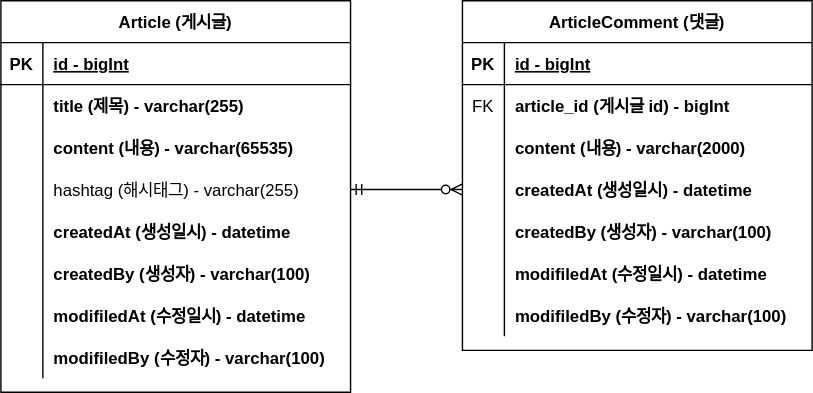
This is document/project-board-erd.svg from LimJiNa/fastcampus-project-board, a draw.io export, as it was before one commit. Source tidied: cells renumbered, new cells last; positions are measured from the earlier drawing's top-left corner, leaving out a move shared by most shapes.
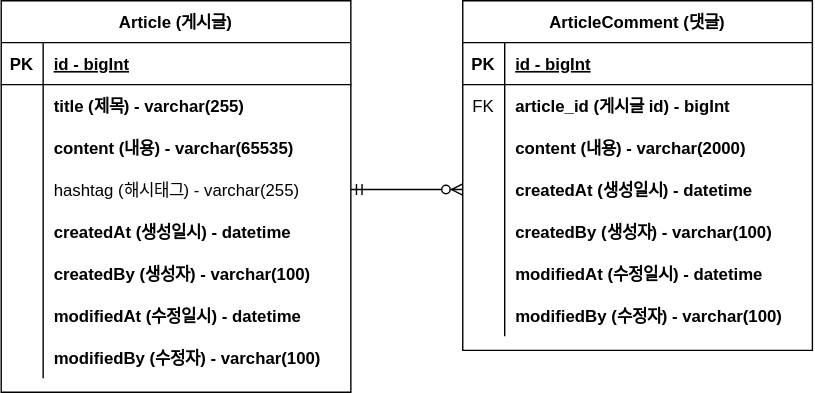
Above is the later version.

Commit message:
#9 - erd 컬럼명 수정 - project-board-erd.svg

The edit, as a diff of the source:
```diff
@@ -56,7 +56,7 @@
     <mxCell id="19" style="shape=partialRectangle;overflow=hidden;fillColor=none;top=0;left=0;bottom=0;right=0;" parent="18" vertex="1">
       <mxGeometry width="30" height="30" as="geometry" />
     </mxCell>
-    <mxCell id="20" value="modifiledAt (수정일시) - datetime" style="shape=partialRectangle;overflow=hidden;fillColor=none;top=0;left=0;bottom=0;right=0;align=left;spacingLeft=6;fontStyle=1;" parent="18" vertex="1">
+    <mxCell id="20" value="modifiedAt (수정일시) - datetime" style="shape=partialRectangle;overflow=hidden;fillColor=none;top=0;left=0;bottom=0;right=0;align=left;spacingLeft=6;fontStyle=1;" parent="18" vertex="1">
       <mxGeometry x="30" width="220" height="30" as="geometry" />
     </mxCell>
     <mxCell id="21" style="shape=partialRectangle;fillColor=none;top=0;left=0;right=0;bottom=0;" parent="2" vertex="1">
@@ -65,7 +65,7 @@
     <mxCell id="22" style="shape=partialRectangle;overflow=hidden;fillColor=none;top=0;left=0;bottom=0;right=0;" parent="21" vertex="1">
       <mxGeometry width="30" height="30" as="geometry" />
     </mxCell>
-    <mxCell id="23" value="modifiledBy (수정자) - varchar(100)" style="shape=partialRectangle;overflow=hidden;fillColor=none;top=0;left=0;bottom=0;right=0;align=left;spacingLeft=6;fontStyle=1;" parent="21" vertex="1">
+    <mxCell id="23" value="modifiedBy (수정자) - varchar(100)" style="shape=partialRectangle;overflow=hidden;fillColor=none;top=0;left=0;bottom=0;right=0;align=left;spacingLeft=6;fontStyle=1;" parent="21" vertex="1">
       <mxGeometry x="30" width="220" height="30" as="geometry" />
     </mxCell>
     <mxCell id="24" value="Article (게시글)" style="shape=table;startSize=30;rowLines=0;fontStyle=1;align=center;" parent="1" vertex="1">
@@ -131,7 +131,7 @@
     <mxCell id="44" style="shape=partialRectangle;overflow=hidden;fillColor=none;top=0;left=0;bottom=0;right=0;" parent="43" vertex="1">
       <mxGeometry width="30" height="30" as="geometry" />
     </mxCell>
-    <mxCell id="45" value="modifiledAt (수정일시) - datetime" style="shape=partialRectangle;overflow=hidden;fillColor=none;top=0;left=0;bottom=0;right=0;align=left;spacingLeft=6;fontStyle=1;" parent="43" vertex="1">
+    <mxCell id="45" value="modifiedAt (수정일시) - datetime" style="shape=partialRectangle;overflow=hidden;fillColor=none;top=0;left=0;bottom=0;right=0;align=left;spacingLeft=6;fontStyle=1;" parent="43" vertex="1">
       <mxGeometry x="30" width="220" height="30" as="geometry" />
     </mxCell>
     <mxCell id="46" style="shape=partialRectangle;fillColor=none;top=0;left=0;right=0;bottom=0;" parent="24" vertex="1">
@@ -140,7 +140,7 @@
     <mxCell id="47" style="shape=partialRectangle;overflow=hidden;fillColor=none;top=0;left=0;bottom=0;right=0;" parent="46" vertex="1">
       <mxGeometry width="30" height="30" as="geometry" />
     </mxCell>
-    <mxCell id="48" value="modifiledBy (수정자) - varchar(100)" style="shape=partialRectangle;overflow=hidden;fillColor=none;top=0;left=0;bottom=0;right=0;align=left;spacingLeft=6;fontStyle=1;" parent="46" vertex="1">
+    <mxCell id="48" value="modifiedBy (수정자) - varchar(100)" style="shape=partialRectangle;overflow=hidden;fillColor=none;top=0;left=0;bottom=0;right=0;align=left;spacingLeft=6;fontStyle=1;" parent="46" vertex="1">
       <mxGeometry x="30" width="220" height="30" as="geometry" />
     </mxCell>
     <mxCell id="49" style="edgeStyle=entityRelationEdgeStyle;fontSize=12;html=1;endArrow=ERzeroToMany;startArrow=ERmandOne;rounded=0;entryX=0;entryY=0.5;entryDx=0;entryDy=0;exitX=1;exitY=0.5;exitDx=0;exitDy=0;" parent="1" edge="1" source="34" target="12">
```
